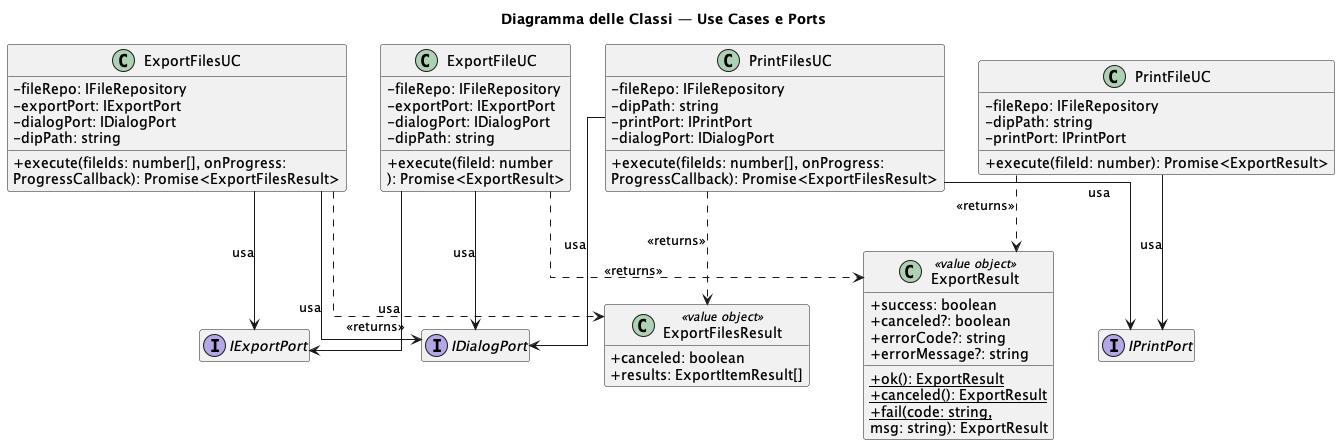
This is out/3_PB/DocumentiEsterni/DiagrammiSpecificaTecnica/C4/C4_backend_Export/Export_IPC_Part2.png from 7-ZPUs/Docs, a PlantUML export, as it was before one commit.
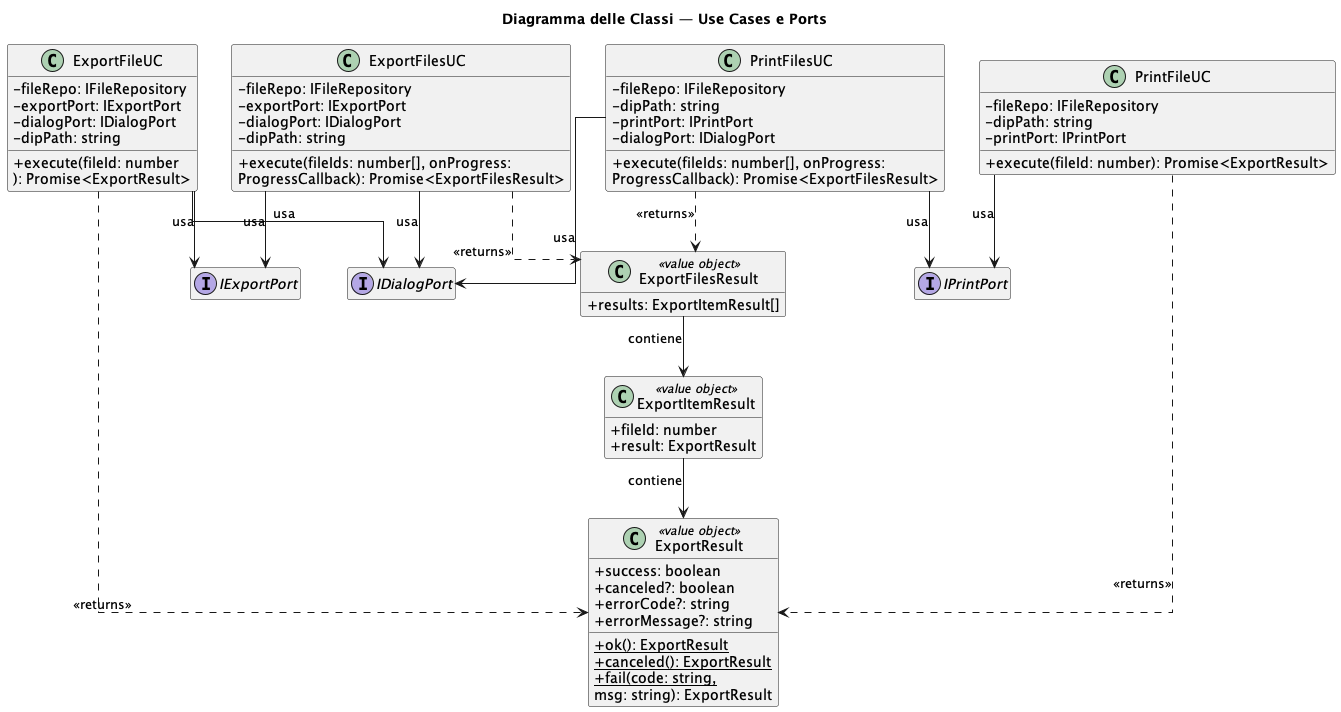
After the commit.

Commit message:
Fix minore export

The edit, as a diff of the source:
```diff
@@ -49,11 +49,18 @@
     + {static} fail(code: string,
     msg: string): ExportResult
 }
+
+class ExportItemResult <<value object>> {
+    + fileId: number
+    + result: ExportResult
+}
+
 class ExportFilesResult <<value object>> {
-    + canceled: boolean
     + results: ExportItemResult[]
 }
 
+ExportItemResult --> ExportResult : contiene
+ExportFilesResult --> ExportItemResult : contiene
 ExportFileUC  --> IExportPort     : usa
 ExportFileUC  --> IDialogPort     : usa
 ExportFilesUC --> IExportPort     : usa
```
